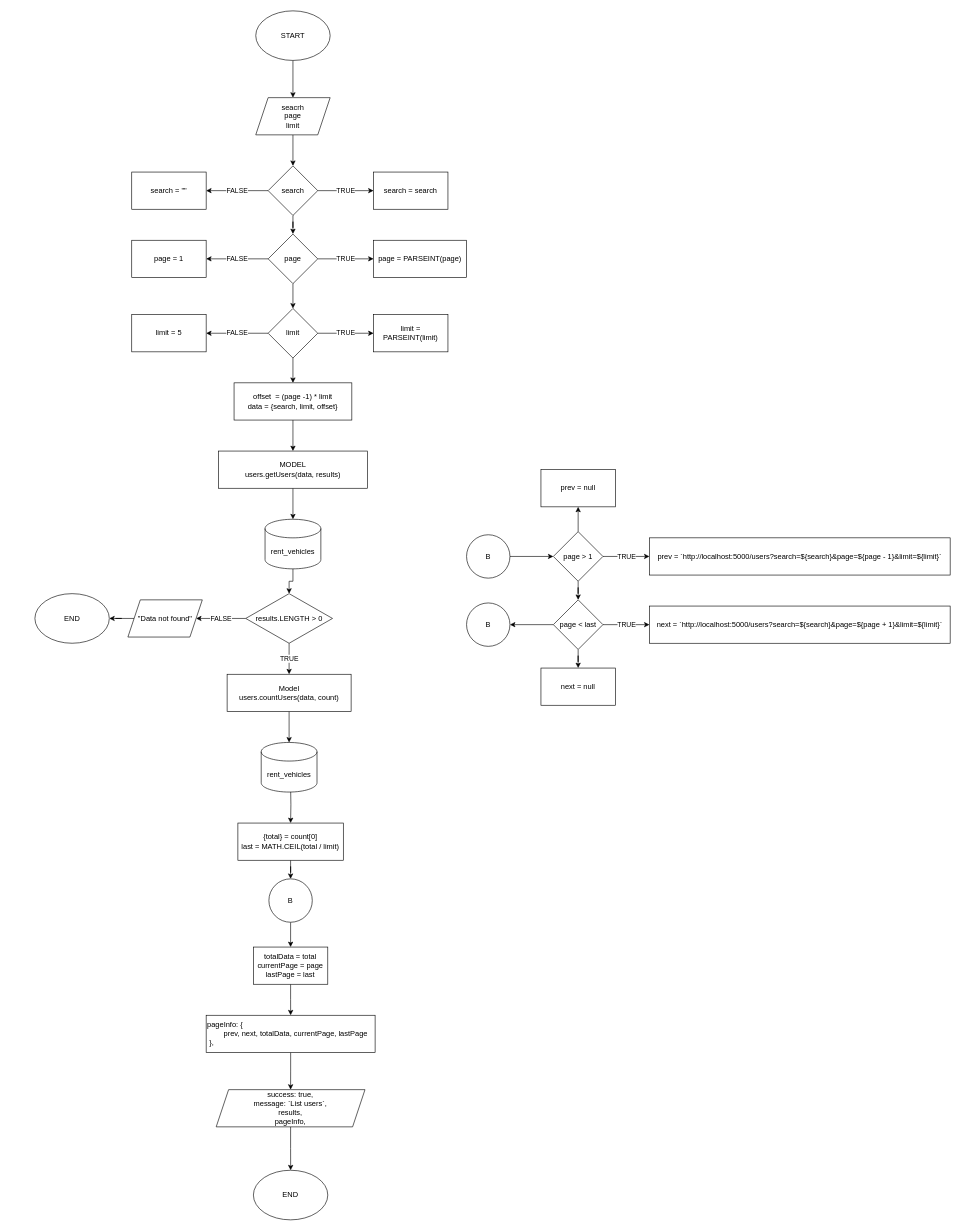
Earlier version of the draw.io diagram page "list users" (1 of 4) of flowchart&ERD/users.drawio (rintosaputro/fw5-backend-beginner). Source tidied: cells renumbered, new cells numbered last; positions are measured from the earlier drawing's top-left corner, leaving out a move shared by most shapes. Both pictures are drawn from the tidied source at 62%, with x=0, y=0 at pixel (35, 11).
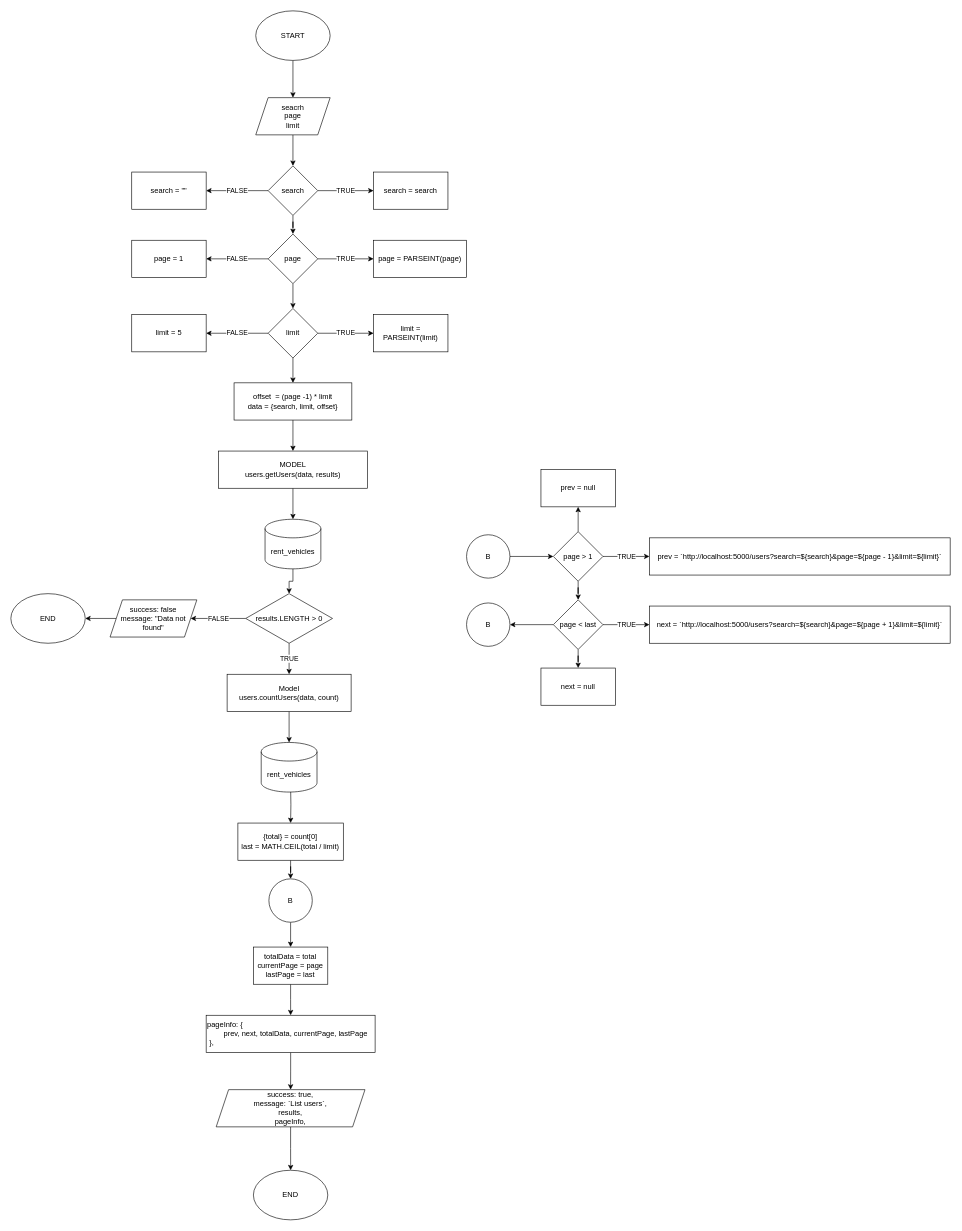
After the change.

Commit message (it also covers changes not shown here):
fix: repair flowchart

What changed in the source:
```diff
@@
-    <mxCell id="34" value="&quot;Data not found&quot;" style="shape=parallelogram;perimeter=parallelogramPerimeter;whiteSpace=wrap;html=1;fixedSize=1;" parent="1" vertex="1">
-      <mxGeometry x="149.8" y="950" width="120" height="60" as="geometry" />
+    <mxCell id="34" value="success: false&lt;br&gt;message: &quot;Data not found&quot;" style="shape=parallelogram;perimeter=parallelogramPerimeter;whiteSpace=wrap;html=1;fixedSize=1;" parent="1" vertex="1">
+      <mxGeometry x="121" y="950" width="140" height="60" as="geometry" />
     </mxCell>
@@
     <mxCell id="60" value="END" style="ellipse;whiteSpace=wrap;html=1;" parent="1" vertex="1">
-      <mxGeometry x="-0.2" y="940" width="120" height="80" as="geometry" />
+      <mxGeometry x="-39" y="940" width="120" height="80" as="geometry" />
     </mxCell>
```
